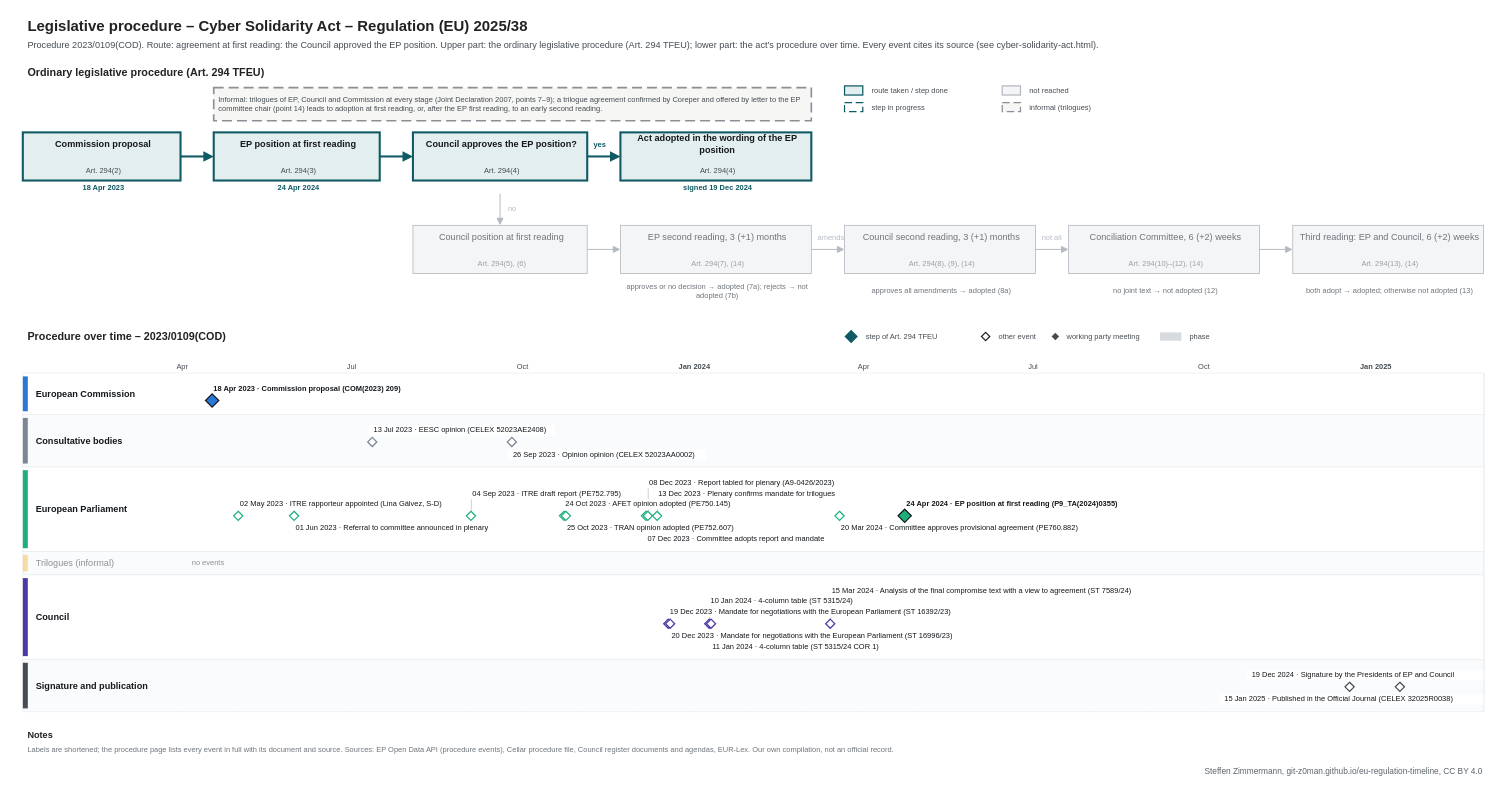
Above: procedures/cyber-solidarity-act.drawio in git-z0man/eu-regulation-timeline (draw.io), before the change. Source tidied: cells renumbered, new cells numbered last; positions are measured from the earlier drawing's top-left corner, leaving out a move shared by most shapes. Both pictures are drawn from the tidied source at 83%, with x=0, y=0 at pixel (14, 14).
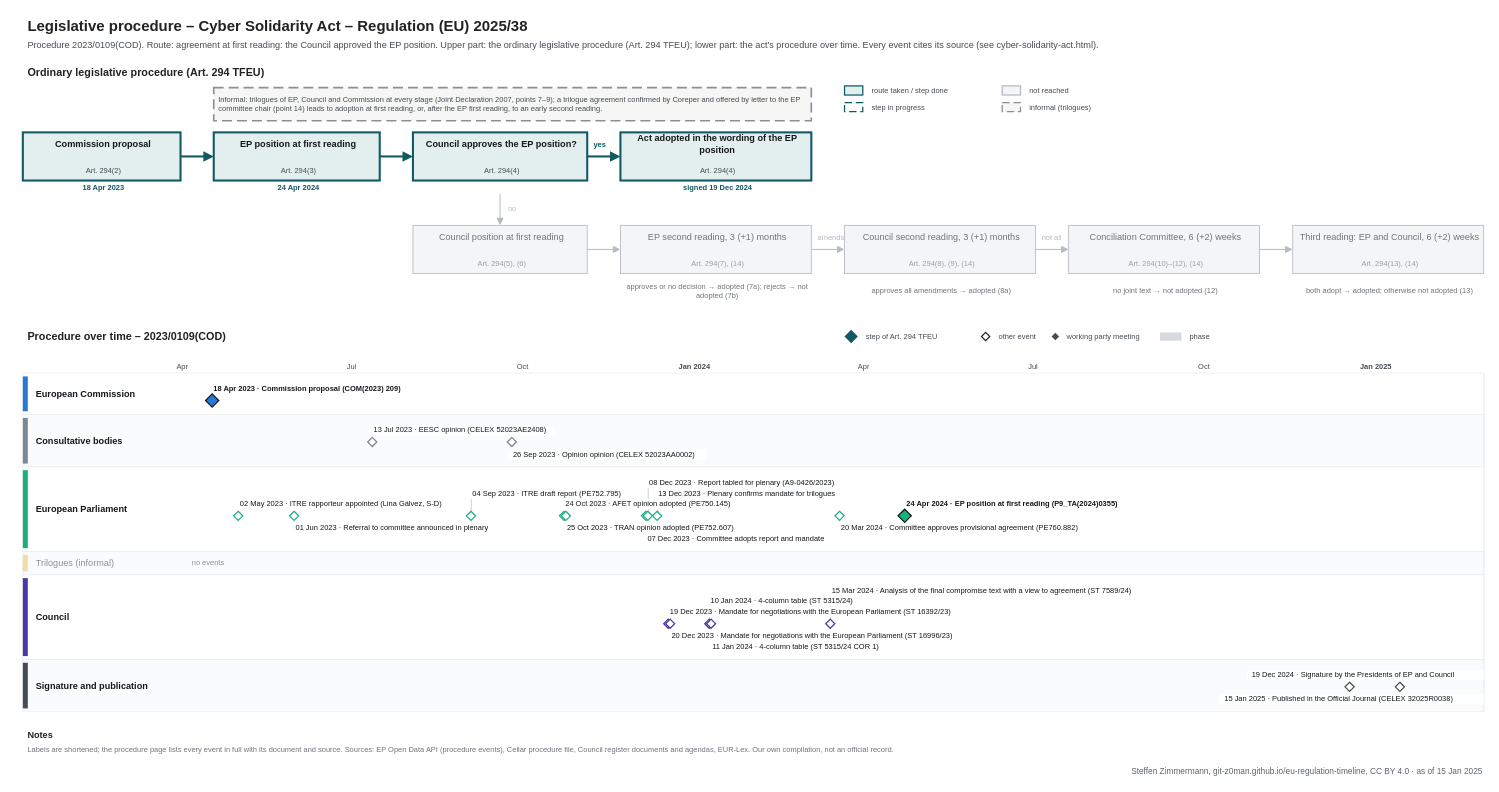
After the change.

Diff of the diagram source:
```diff
@@
-    <mxCell id="170" value="Steffen Zimmermann, git-z0man.github.io/eu-regulation-timeline, CC BY 4.0" style="text;html=1;fontSize=10;fontColor=#5b646b;align=right;verticalAlign=middle;spacingLeft=4;" parent="1" vertex="1">
+    <mxCell id="170" value="Steffen Zimmermann, git-z0man.github.io/eu-regulation-timeline, CC BY 4.0 · as of 15 Jan 2025" style="text;html=1;fontSize=10;fontColor=#5b646b;align=right;verticalAlign=middle;spacingLeft=4;" parent="1" vertex="1">
       <mxGeometry x="10" y="904" width="1760" height="16" as="geometry" />
     </mxCell>
```
